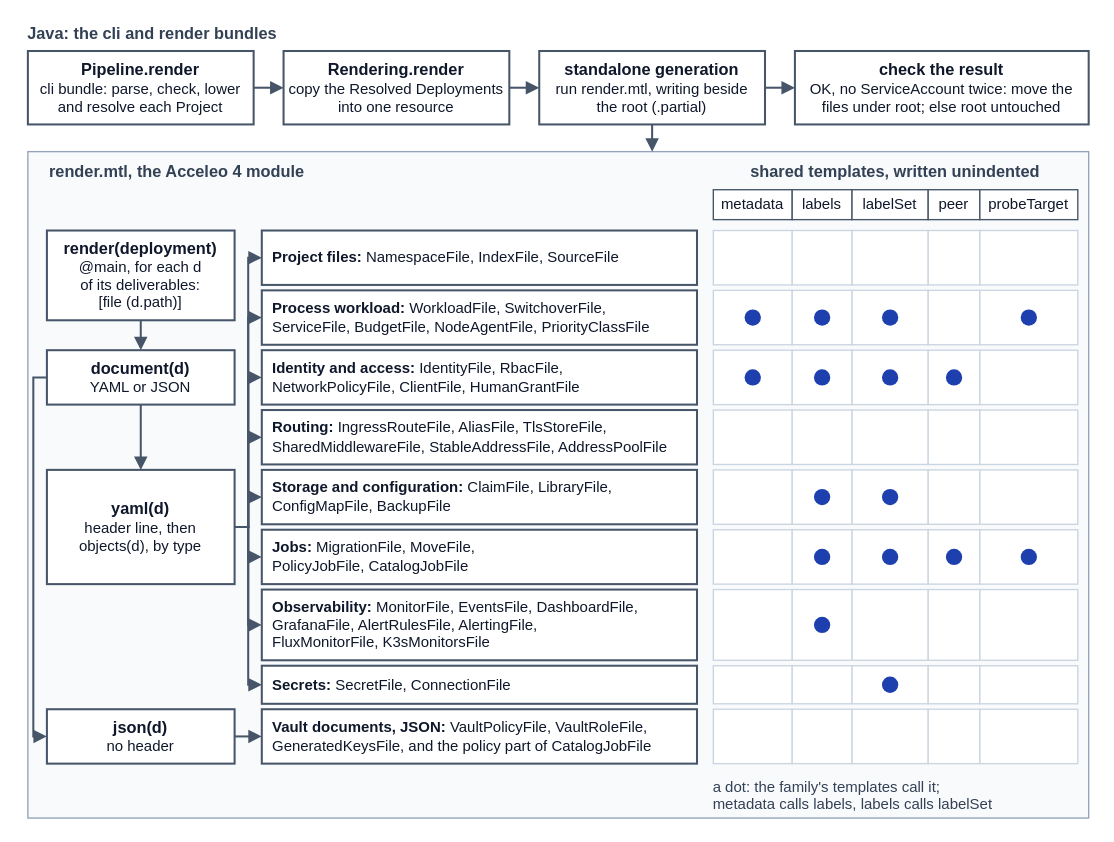
This is docs/mde/task-3-code-generation/Figures/m2t-structure.drawio from JorisJonkers-dev/deploy-kit, a draw.io file, before an edit. Source tidied: cells renumbered, new cells numbered last; positions are measured from the earlier drawing's top-left corner, leaving out a move shared by most shapes. Both pictures are drawn from the tidied source at 136%, with x=0, y=0 at pixel (27, 23).
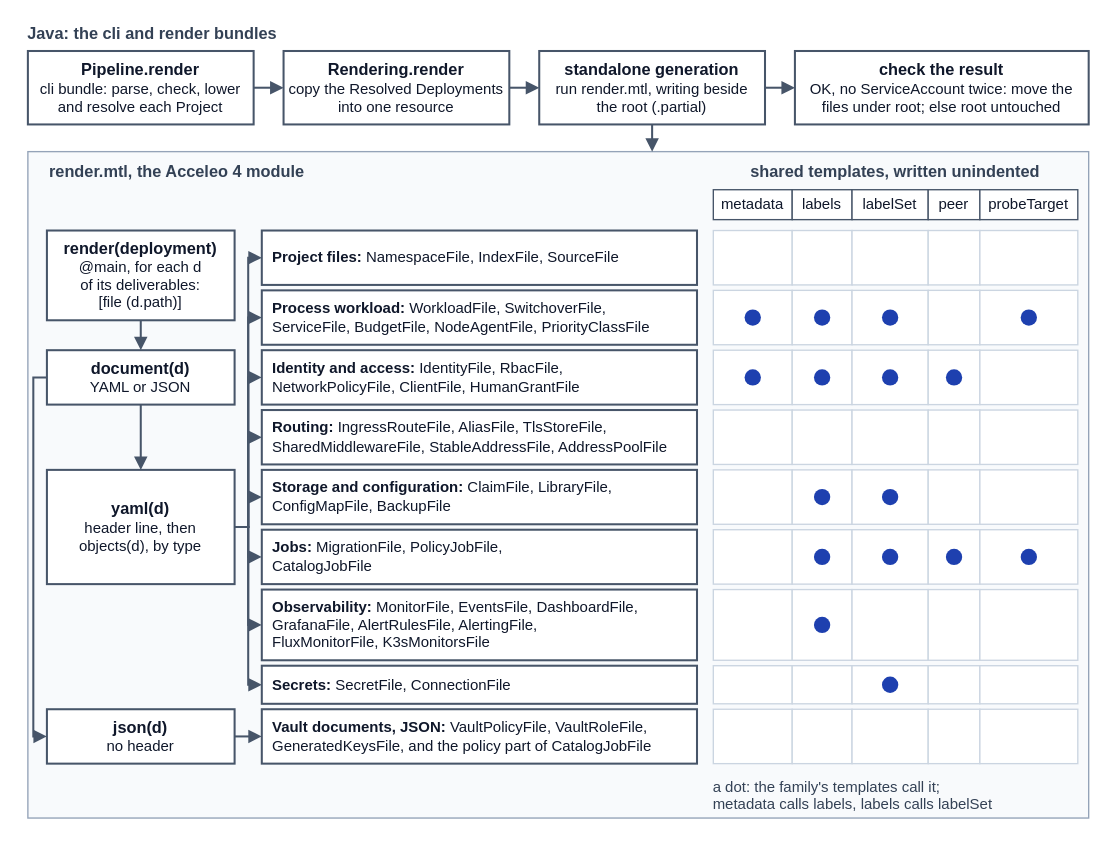
The same page after the edit.

What changed in the source:
```diff
@@
-    <mxCell id="59" value="&lt;b&gt;Jobs:&lt;/b&gt; MigrationFile, MoveFile,&lt;br&gt;PolicyJobFile, CatalogJobFile" style="rounded=0;whiteSpace=wrap;html=1;align=left;verticalAlign=middle;fillColor=#ffffff;strokeColor=#475569;strokeWidth=1.5;fontFamily=Helvetica;fontSize=11;fontColor=#0f172a;spacing=0;spacingLeft=8;spacingRight=6;" parent="1" vertex="1">
+    <mxCell id="59" value="&lt;b&gt;Jobs:&lt;/b&gt; MigrationFile, PolicyJobFile,&lt;br&gt;CatalogJobFile" style="rounded=0;whiteSpace=wrap;html=1;align=left;verticalAlign=middle;fillColor=#ffffff;strokeColor=#475569;strokeWidth=1.5;fontFamily=Helvetica;fontSize=11;fontColor=#0f172a;spacing=0;spacingLeft=8;spacingRight=6;" parent="1" vertex="1">
       <mxGeometry x="172" y="372" width="320" height="40" as="geometry" />
     </mxCell>
```
